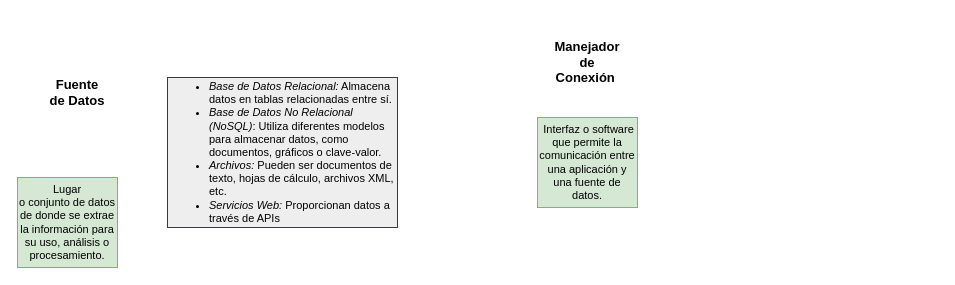
Above: mapa mixto conectividad.drawio in misiomishi/itcj (draw.io), before the change. Source tidied: cells renumbered, new cells numbered last; positions are measured from the earlier drawing's top-left corner, leaving out a move shared by most shapes. Both pictures are drawn from the tidied source at 100%, with x=0, y=0 at pixel (17, 47).
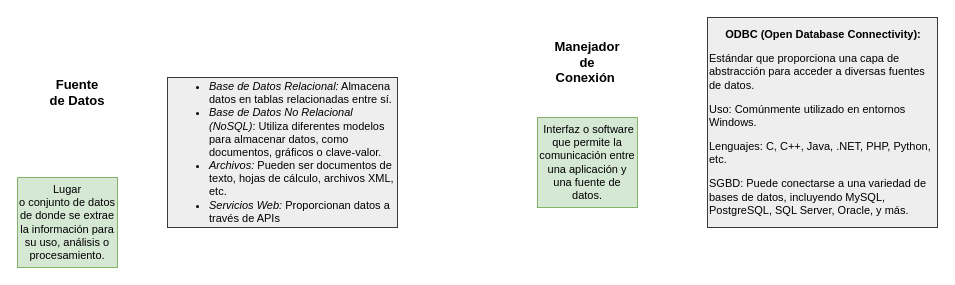
After the change.

What changed in the source:
```diff
@@
 <mxGraphModel>
   <root>
     <mxCell id="0" />
     <mxCell id="1" parent="0" />
     <mxCell id="2" value="Lugar&lt;br style=&quot;font-size: 11px;&quot;&gt;o conjunto de datos de donde se extrae la información para su uso, análisis o&lt;br style=&quot;font-size: 11px;&quot;&gt;procesamiento." style="rounded=0;whiteSpace=wrap;html=1;fillColor=#d5e8d4;strokeColor=#82b366;align=center;fontSize=11;" parent="1" vertex="1">
       <mxGeometry y="130" width="100" height="90" as="geometry" />
     </mxCell>
     <mxCell id="3" value="Fuente de Datos" style="text;html=1;strokeColor=none;fillColor=none;align=center;verticalAlign=middle;whiteSpace=wrap;rounded=0;fontStyle=1;fontSize=13;" parent="1" vertex="1">
       <mxGeometry x="30" y="30" width="60" height="30" as="geometry" />
     </mxCell>
     <mxCell id="4" value="&lt;p class=&quot;MsoNormal&quot;&gt;&lt;/p&gt;&lt;ul&gt;&lt;li&gt;&lt;i&gt;Base de Datos Relacional:&lt;/i&gt; Almacena datos en tablas relacionadas entre sí.&lt;/li&gt;&lt;li&gt;&lt;span style=&quot;background-color: initial;&quot;&gt;&lt;i&gt;Base de Datos No Relacional (NoSQL)&lt;/i&gt;: Utiliza diferentes &lt;/span&gt;&lt;span style=&quot;background-color: initial;&quot;&gt;modelos para almacenar datos, como documentos, gráficos o clave-valor.&lt;/span&gt;&lt;/li&gt;&lt;li&gt;&lt;span style=&quot;background-color: initial;&quot;&gt;&lt;i&gt;Archivos:&lt;/i&gt; Pueden ser documentos de texto, hojas de cálculo,&amp;nbsp;&lt;/span&gt;&lt;span style=&quot;background-color: initial;&quot;&gt;archivos XML, etc.&lt;/span&gt;&lt;/li&gt;&lt;li&gt;&lt;i&gt;Servicios Web:&lt;/i&gt; Proporcionan datos a través de APIs&amp;nbsp;&lt;/li&gt;&lt;/ul&gt;&lt;p&gt;&lt;/p&gt;" style="rounded=0;whiteSpace=wrap;html=1;fillColor=#eeeeee;strokeColor=#36393d;align=left;fontSize=11;" parent="1" vertex="1">
       <mxGeometry x="150" y="30" width="230" height="150" as="geometry" />
     </mxCell>
     <mxCell id="5" value="&amp;nbsp;Interfaz o software que permite la&lt;br/&gt;comunicación entre una aplicación y una fuente de datos." style="rounded=0;whiteSpace=wrap;html=1;fillColor=#d5e8d4;strokeColor=#82b366;align=center;fontSize=11;" parent="1" vertex="1">
       <mxGeometry x="520" y="70" width="100" height="90" as="geometry" />
     </mxCell>
     <mxCell id="6" value="Manejador de Conexión&amp;nbsp;" style="text;html=1;strokeColor=none;fillColor=none;align=center;verticalAlign=middle;whiteSpace=wrap;rounded=0;fontStyle=1;fontSize=13;" parent="1" vertex="1">
       <mxGeometry x="540" width="60" height="30" as="geometry" />
     </mxCell>
+    <mxCell id="7" value="&lt;p class=&quot;MsoNormal&quot;&gt;&lt;/p&gt;&lt;div&gt;&lt;p style=&quot;text-align: center;&quot; class=&quot;MsoNormal&quot;&gt;&lt;b&gt;ODBC (Open Database Connectivity):&lt;/b&gt;&lt;/p&gt;&lt;p class=&quot;MsoNormal&quot;&gt;&lt;span style=&quot;background-color: initial;&quot;&gt;Estándar que proporciona una capa de abstracción para acceder a diversas fuentes de datos.&lt;/span&gt;&lt;/p&gt;&lt;p class=&quot;MsoNormal&quot;&gt;&lt;span style=&quot;background-color: initial;&quot;&gt;Uso: Comúnmente utilizado en entornos Windows.&lt;/span&gt;&lt;/p&gt;&lt;p class=&quot;MsoNormal&quot;&gt;Lenguajes: C, C++, Java, .NET, PHP, Python, etc.&lt;/p&gt;&lt;p class=&quot;MsoNormal&quot;&gt;&lt;span style=&quot;background-color: initial;&quot;&gt;SGBD: Puede conectarse a una variedad de bases de datos, incluyendo MySQL, PostgreSQL, SQL Server, Oracle, y más.&lt;/span&gt;&lt;/p&gt;&lt;p class=&quot;MsoNormal&quot;&gt;&lt;/p&gt;&lt;/div&gt;&lt;p&gt;&lt;/p&gt;" style="rounded=0;whiteSpace=wrap;html=1;fillColor=#eeeeee;strokeColor=#36393d;align=left;fontSize=11;" parent="1" vertex="1">
+      <mxGeometry x="690" y="-30" width="230" height="210" as="geometry" />
+    </mxCell>
   </root>
 </mxGraphModel>
```
